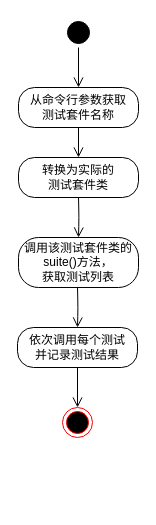
This is draw.io/Untitled Diagram.drawio from gangz/lean-programming-drawing, a draw.io file, before an edit. Source tidied: cells renumbered, new cells numbered last; positions are measured from the earlier drawing's top-left corner, leaving out a move shared by most shapes. Both pictures are drawn from the tidied source at 100%, with x=0, y=0 at pixel (17, 17).
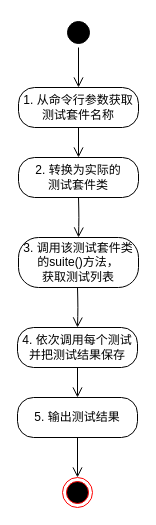
Above is the later version.

Diff of the diagram source:
```diff
@@
 <mxGraphModel>
   <root>
     <mxCell id="0" />
     <mxCell id="1" parent="0" />
-    <mxCell id="2" style="ellipse;html=1;shape=startState;fillColor=#000000;strokeColor=#000000;" parent="1" vertex="1">
+    <mxCell id="2" style="ellipse;html=1;shape=startState;fillColor=#000000;strokeColor=#000000;fontFamily=SimSun;" parent="1" vertex="1">
       <mxGeometry x="46" width="30" height="30" as="geometry" />
     </mxCell>
-    <mxCell id="3" style="edgeStyle=orthogonalEdgeStyle;html=1;verticalAlign=bottom;endArrow=open;endSize=8;strokeColor=#000000;entryX=0.5;entryY=0;entryDx=0;entryDy=0;" parent="1" edge="1" source="2" target="4">
+    <mxCell id="3" style="edgeStyle=orthogonalEdgeStyle;html=1;verticalAlign=bottom;endArrow=open;endSize=8;strokeColor=#000000;entryX=0.5;entryY=0;entryDx=0;entryDy=0;fontFamily=SimSun;" parent="1" edge="1" source="2" target="4">
       <mxGeometry relative="1" as="geometry">
         <Array as="points">
           <mxPoint x="61" y="30" />
           <mxPoint x="61" y="30" />
         </Array>
       </mxGeometry>
     </mxCell>
-    <mxCell id="4" value="从命令行参数获取&lt;br&gt;测试套件名称&lt;br&gt;" style="rounded=1;whiteSpace=wrap;html=1;arcSize=40;fontColor=#000000;fillColor=#FFFFFF;strokeColor=#000000;" parent="1" vertex="1">
+    <mxCell id="4" value="1. 从命令行参数获取&lt;br&gt;测试套件名称&lt;br&gt;" style="rounded=1;whiteSpace=wrap;html=1;arcSize=40;fontColor=#000000;fillColor=#FFFFFF;strokeColor=#000000;fontFamily=SimSun;" parent="1" vertex="1">
       <mxGeometry x="1" y="70" width="120" height="40" as="geometry" />
     </mxCell>
-    <mxCell id="5" style="edgeStyle=orthogonalEdgeStyle;html=1;verticalAlign=bottom;endArrow=open;endSize=8;strokeColor=#000000;entryX=0.5;entryY=0;entryDx=0;entryDy=0;" parent="1" edge="1" source="4" target="6">
+    <mxCell id="5" style="edgeStyle=orthogonalEdgeStyle;html=1;verticalAlign=bottom;endArrow=open;endSize=8;strokeColor=#000000;entryX=0.5;entryY=0;entryDx=0;entryDy=0;fontFamily=SimSun;" parent="1" edge="1" source="4" target="6">
       <mxGeometry relative="1" as="geometry" />
     </mxCell>
-    <mxCell id="6" value="转换为实际的&lt;br&gt;测试套件类&lt;br&gt;" style="rounded=1;whiteSpace=wrap;html=1;arcSize=40;fontColor=#000000;fillColor=#FFFFFF;strokeColor=#000000;" parent="1" vertex="1">
+    <mxCell id="6" value="2. 转换为实际的&lt;br&gt;测试套件类&lt;br&gt;" style="rounded=1;whiteSpace=wrap;html=1;arcSize=40;fontColor=#000000;fillColor=#FFFFFF;strokeColor=#000000;fontFamily=SimSun;" parent="1" vertex="1">
       <mxGeometry x="1" y="140" width="120" height="40" as="geometry" />
     </mxCell>
-    <mxCell id="7" value="调用该测试套件类的&lt;br&gt;suite()方法，&lt;br&gt;获取测试列表&lt;br&gt;" style="rounded=1;whiteSpace=wrap;html=1;arcSize=40;fontColor=#000000;fillColor=#FFFFFF;strokeColor=#000000;" parent="1" vertex="1">
+    <mxCell id="7" value="3. 调用该测试套件类&lt;br&gt;的suite()方法，&lt;br&gt;获取测试列表&lt;br&gt;" style="rounded=1;whiteSpace=wrap;html=1;arcSize=40;fontColor=#000000;fillColor=#FFFFFF;strokeColor=#000000;fontFamily=SimSun;" parent="1" vertex="1">
       <mxGeometry x="1" y="220" width="120" height="50" as="geometry" />
     </mxCell>
-    <mxCell id="8" style="edgeStyle=orthogonalEdgeStyle;html=1;verticalAlign=bottom;endArrow=open;endSize=8;strokeColor=#000000;entryX=0.5;entryY=0;entryDx=0;entryDy=0;" parent="1" edge="1" target="7">
+    <mxCell id="8" style="edgeStyle=orthogonalEdgeStyle;html=1;verticalAlign=bottom;endArrow=open;endSize=8;strokeColor=#000000;entryX=0.5;entryY=0;entryDx=0;entryDy=0;fontFamily=SimSun;" parent="1" edge="1" target="7">
       <mxGeometry relative="1" as="geometry">
         <mxPoint x="61" y="180" as="sourcePoint" />
       </mxGeometry>
     </mxCell>
-    <mxCell id="9" value="依次调用每个测试&lt;br&gt;并记录测试结果&lt;br&gt;" style="rounded=1;whiteSpace=wrap;html=1;arcSize=40;fontColor=#000000;fillColor=#FFFFFF;strokeColor=#000000;" parent="1" vertex="1">
+    <mxCell id="9" value="4. 依次调用每个测试&lt;br&gt;并把测试结果保存&lt;br&gt;" style="rounded=1;whiteSpace=wrap;html=1;arcSize=40;fontColor=#000000;fillColor=#FFFFFF;strokeColor=#000000;fontFamily=SimSun;" parent="1" vertex="1">
       <mxGeometry y="310" width="120" height="40" as="geometry" />
     </mxCell>
-    <mxCell id="10" style="ellipse;html=1;shape=endState;fillColor=#000000;strokeColor=#ff0000;" parent="1" vertex="1">
-      <mxGeometry x="45" y="390" width="30" height="30" as="geometry" />
+    <mxCell id="10" style="ellipse;html=1;shape=endState;fillColor=#000000;strokeColor=#ff0000;fontFamily=SimSun;" parent="1" vertex="1">
+      <mxGeometry x="45" y="460" width="30" height="30" as="geometry" />
     </mxCell>
-    <mxCell id="11" style="edgeStyle=orthogonalEdgeStyle;html=1;verticalAlign=bottom;endArrow=open;endSize=8;strokeColor=#000000;" parent="1" edge="1" target="9">
+    <mxCell id="11" style="edgeStyle=orthogonalEdgeStyle;html=1;verticalAlign=bottom;endArrow=open;endSize=8;strokeColor=#000000;fontFamily=SimSun;" parent="1" edge="1" target="9">
       <mxGeometry relative="1" as="geometry">
         <mxPoint x="60" y="270" as="sourcePoint" />
       </mxGeometry>
     </mxCell>
-    <mxCell id="12" style="edgeStyle=orthogonalEdgeStyle;html=1;verticalAlign=bottom;endArrow=open;endSize=8;strokeColor=#000000;exitX=0.5;exitY=1;exitDx=0;exitDy=0;" parent="1" edge="1" source="9" target="10">
+    <mxCell id="12" style="edgeStyle=orthogonalEdgeStyle;html=1;verticalAlign=bottom;endArrow=open;endSize=8;strokeColor=#000000;exitX=0.5;exitY=1;exitDx=0;exitDy=0;entryX=0.5;entryY=0;entryDx=0;entryDy=0;fontFamily=SimSun;" parent="1" edge="1" source="13" target="10">
       <mxGeometry relative="1" as="geometry" />
     </mxCell>
+    <mxCell id="13" value="5. 输出测试结果&lt;br&gt;" style="rounded=1;whiteSpace=wrap;html=1;arcSize=40;fontColor=#000000;fillColor=#FFFFFF;strokeColor=#000000;fontFamily=SimSun;" parent="1" vertex="1">
+      <mxGeometry y="380" width="120" height="40" as="geometry" />
+    </mxCell>
+    <mxCell id="14" style="edgeStyle=orthogonalEdgeStyle;html=1;verticalAlign=bottom;endArrow=open;endSize=8;strokeColor=#000000;exitX=0.5;exitY=1;exitDx=0;exitDy=0;fontFamily=SimSun;" parent="1" edge="1" source="9" target="13">
+      <mxGeometry relative="1" as="geometry" />
+    </mxCell>
   </root>
 </mxGraphModel>
```
